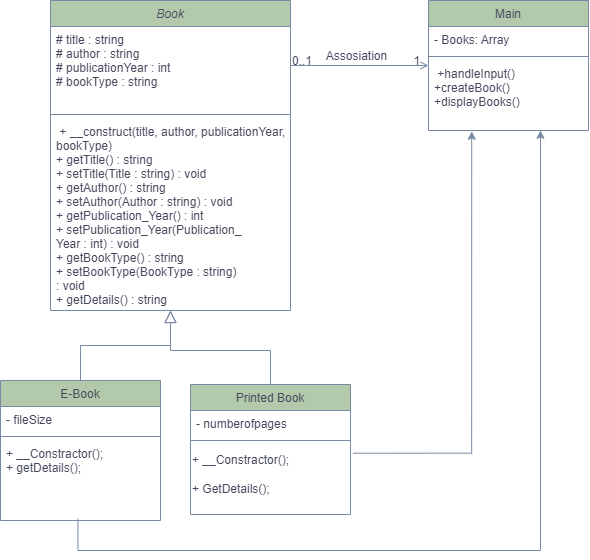
The draw.io diagram Library/UML Diagram Library.png in Roczantya/MyfirstPHP, before a commit. Source tidied: cells renumbered, new cells last; positions are measured from the earlier drawing's top-left corner, leaving out a move shared by most shapes.
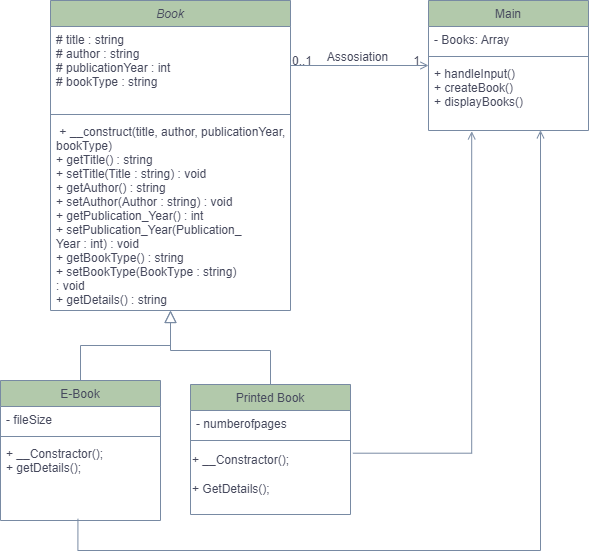
After the commit.

Commit message:
Testimoni sekian

The edit, as a diff of the source:
```diff
@@ -14,7 +14,7 @@
     <mxCell id="5" value=" + __construct(title, author, publicationYear, &#10;bookType)&#10;  + getTitle() : string&#10;  + setTitle(Title : string) : void&#10;  + getAuthor() : string&#10;  + setAuthor(Author : string) : void&#10;  + getPublication_Year() : int&#10;  + setPublication_Year(Publication_&#10;Year : int) : void&#10;  + getBookType() : string&#10;  + setBookType(BookType : string) &#10;: void&#10;  + getDetails() : string" style="text;align=left;verticalAlign=top;spacingLeft=4;spacingRight=4;overflow=hidden;labelBackgroundColor=none;fontColor=#46495D;rounded=0;" parent="2" vertex="1">
       <mxGeometry y="118" width="240" height="192" as="geometry" />
     </mxCell>
-    <mxCell id="6" style="edgeStyle=orthogonalEdgeStyle;rounded=0;jettySize=auto;html=1;exitX=0.484;exitY=0.979;exitDx=0;exitDy=0;exitPerimeter=0;entryX=0.7;entryY=0.997;entryDx=0;entryDy=0;entryPerimeter=0;labelBackgroundColor=none;strokeColor=#788AA3;fontColor=default;" parent="1" edge="1" source="10" target="20">
+    <mxCell id="6" style="edgeStyle=orthogonalEdgeStyle;rounded=0;jettySize=auto;html=1;exitX=0.484;exitY=0.979;exitDx=0;exitDy=0;exitPerimeter=0;entryX=0.7;entryY=0.997;entryDx=0;entryDy=0;entryPerimeter=0;labelBackgroundColor=none;strokeColor=#788AA3;fontColor=default;endArrow=open;endFill=0;" parent="1" edge="1" source="10" target="20">
       <mxGeometry relative="1" as="geometry">
         <Array as="points">
           <mxPoint x="77" y="550" />
@@ -66,7 +66,7 @@
     <mxCell id="19" style="line;html=1;strokeWidth=1;align=left;verticalAlign=middle;spacingTop=-1;spacingLeft=3;spacingRight=3;labelPosition=right;labelBackgroundColor=none;fillColor=#B2C9AB;strokeColor=#788AA3;fontColor=#46495D;rounded=0;" parent="17" vertex="1">
       <mxGeometry y="52" width="160" height="8" as="geometry" />
     </mxCell>
-    <mxCell id="20" value=" +handleInput()&#10;  +createBook()&#10;  +displayBooks()" style="text;align=left;verticalAlign=top;spacingLeft=4;spacingRight=4;overflow=hidden;points=[[0,0.5],[1,0.5]];portConstraint=eastwest;labelBackgroundColor=none;fontColor=#46495D;rounded=0;" parent="17" vertex="1">
+    <mxCell id="20" value="+ handleInput()&#10;  + createBook()&#10;  + displayBooks()" style="text;align=left;verticalAlign=top;spacingLeft=4;spacingRight=4;overflow=hidden;points=[[0,0.5],[1,0.5]];portConstraint=eastwest;labelBackgroundColor=none;fontColor=#46495D;rounded=0;" parent="17" vertex="1">
       <mxGeometry y="60" width="160" height="70" as="geometry" />
     </mxCell>
     <mxCell id="21" style="endArrow=open;shadow=0;strokeWidth=1;rounded=0;curved=0;endFill=1;edgeStyle=elbowEdgeStyle;elbow=vertical;labelBackgroundColor=none;strokeColor=#788AA3;fontColor=default;" parent="1" edge="1" source="2" target="17">
@@ -89,7 +89,7 @@
         <mxPoint x="-38" y="40" as="offset" />
       </mxGeometry>
     </mxCell>
-    <mxCell id="25" style="edgeStyle=orthogonalEdgeStyle;rounded=0;jettySize=auto;html=1;entryX=0.27;entryY=1.012;entryDx=0;entryDy=0;entryPerimeter=0;exitX=1.015;exitY=0.145;exitDx=0;exitDy=0;exitPerimeter=0;labelBackgroundColor=none;strokeColor=#788AA3;fontColor=default;" parent="1" edge="1" source="15" target="20">
+    <mxCell id="25" style="edgeStyle=orthogonalEdgeStyle;rounded=0;jettySize=auto;html=1;entryX=0.27;entryY=1.012;entryDx=0;entryDy=0;entryPerimeter=0;exitX=1.015;exitY=0.145;exitDx=0;exitDy=0;exitPerimeter=0;labelBackgroundColor=none;strokeColor=#788AA3;fontColor=default;endArrow=open;endFill=0;" parent="1" edge="1" source="15" target="20">
       <mxGeometry relative="1" as="geometry">
         <Array as="points">
           <mxPoint x="471" y="453" />
```
